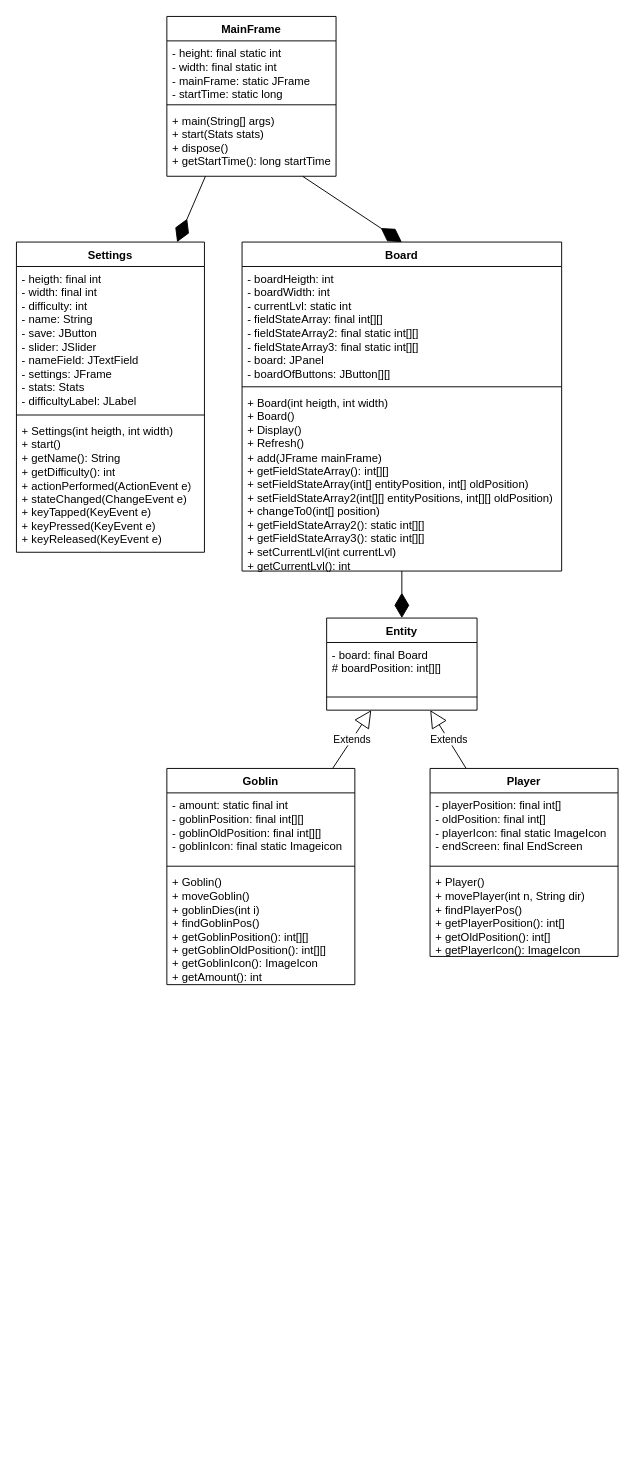
jacob-w4/Java-simple-game keeps this draw.io diagram as Untitled Diagram.drawio. Above is the earlier version. Source tidied: cells renumbered, new cells numbered last; positions are measured from the earlier drawing's top-left corner, leaving out a move shared by most shapes. Both pictures are drawn from the tidied source at 94%, with x=0, y=0 at pixel (16, 16).
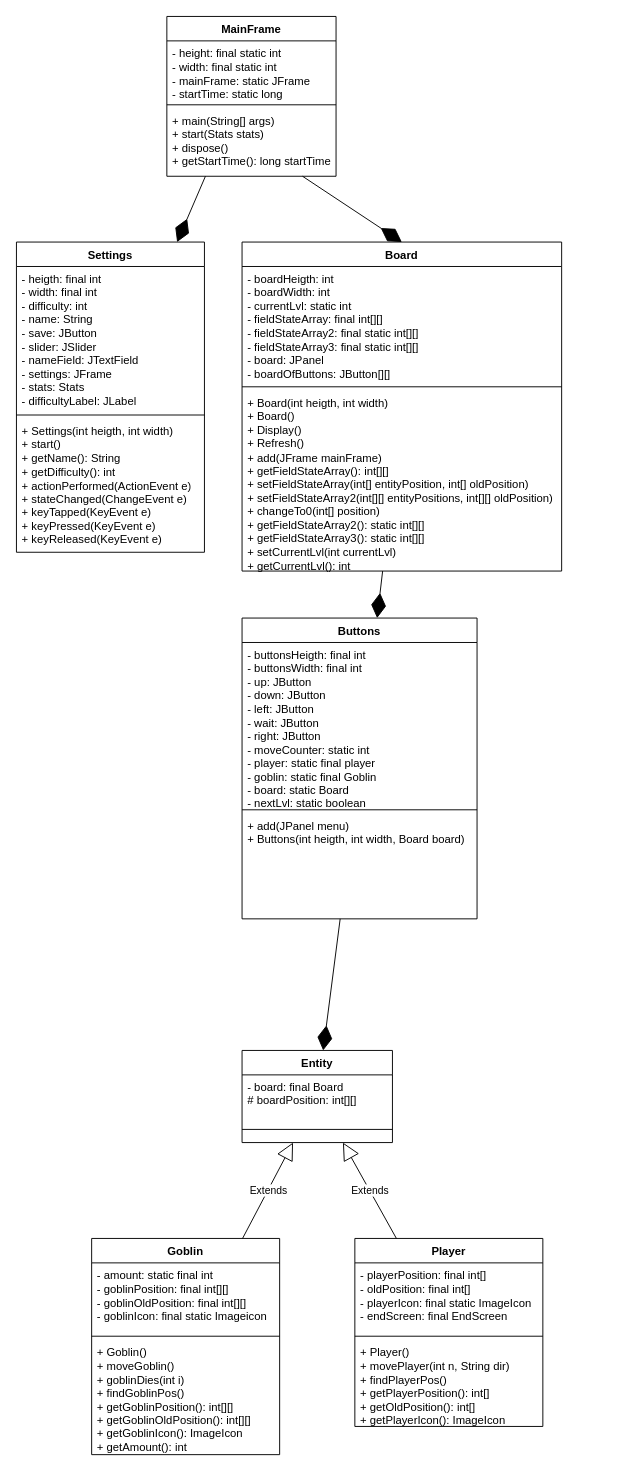
The same page after the edit.

The change refers to these unchanged cells:
```xml
<mxCell id="21" value="Board" style="swimlane;fontStyle=1;align=center;verticalAlign=top;horizontal=1;startSize=26;whiteSpace=wrap;html=1;" parent="1" vertex="1">
  <mxGeometry x="240" y="240" width="340" height="350" as="geometry" />
</mxCell>
<mxCell id="24" value="+&amp;nbsp;Board(int heigth, int width)&lt;br&gt;+ Board()&lt;br&gt;+ Display()&lt;br&gt;+ Refresh()&lt;br&gt;+ add(JFrame mainFrame)&lt;br&gt;+ getFieldStateArray(): int[][]&lt;br&gt;+ setFieldStateArray(int[] entityPosition, int[] oldPosition)&lt;br&gt;+ setFieldStateArray2(int[][] entityPositions, int[][] oldPosition)&lt;br&gt;+ changeTo0(int[] position)&lt;br&gt;+ getFieldStateArray2(): static int[][]&lt;br&gt;+ getFieldStateArray3(): static int[][]&lt;br&gt;+ setCurrentLvl(int currentLvl)&lt;br&gt;+ getCurrentLvl(): int" style="text;strokeColor=none;fillColor=none;align=left;verticalAlign=top;spacingLeft=4;spacingRight=4;overflow=hidden;points=[[0,0.5],[1,0.5]];portConstraint=eastwest;whiteSpace=wrap;html=1;" parent="21" vertex="1">
  <mxGeometry y="158" width="340" height="192" as="geometry" />
</mxCell>
```

What changed in the source:
```diff
@@
     <mxCell id="2" value="Entity" style="swimlane;fontStyle=1;align=center;verticalAlign=top;horizontal=1;startSize=26;whiteSpace=wrap;html=1;" parent="1" vertex="1">
-      <mxGeometry x="330" y="640" width="160" height="98" as="geometry" />
+      <mxGeometry x="240" y="1100" width="160" height="98" as="geometry" />
     </mxCell>
@@
     <mxCell id="5" value="Goblin" style="swimlane;fontStyle=1;align=center;verticalAlign=top;horizontal=1;startSize=26;whiteSpace=wrap;html=1;" parent="1" vertex="1">
-      <mxGeometry x="160" y="800" width="200" height="230" as="geometry" />
+      <mxGeometry x="80" y="1300" width="200" height="230" as="geometry" />
     </mxCell>
@@
     <mxCell id="9" value="Player" style="swimlane;fontStyle=1;align=center;verticalAlign=top;horizontal=1;startSize=26;whiteSpace=wrap;html=1;" parent="1" vertex="1">
-      <mxGeometry x="440" y="800" width="200" height="200" as="geometry" />
+      <mxGeometry x="360" y="1300" width="200" height="200" as="geometry" />
     </mxCell>
@@
-    <mxCell id="27" style="endArrow=diamondThin;endFill=1;endSize=24;html=1;rounded=0;" parent="1" edge="1" source="24" target="2">
+    <mxCell id="27" style="endArrow=diamondThin;endFill=1;endSize=24;html=1;rounded=0;" parent="1" edge="1" source="30" target="2">
       <mxGeometry relative="1" as="geometry" />
     </mxCell>
@@
+    <mxCell id="30" value="Buttons" style="swimlane;fontStyle=1;align=center;verticalAlign=top;horizontal=1;startSize=26;whiteSpace=wrap;html=1;" parent="1" vertex="1">
+      <mxGeometry x="240" y="640" width="250" height="320" as="geometry" />
+    </mxCell>
+    <mxCell id="31" value="- buttonsHeigth: final int&lt;br&gt;- buttonsWidth: final int&lt;br&gt;- up: JButton&lt;br&gt;- down: JButton&lt;br&gt;- left: JButton&lt;br&gt;- wait: JButton&lt;br&gt;- right: JButton&lt;br&gt;- moveCounter: static int&lt;br&gt;- player: static final player&lt;br&gt;- goblin: static final Goblin&lt;br&gt;- board: static Board&lt;br&gt;- nextLvl: static boolean" style="text;strokeColor=none;fillColor=none;align=left;verticalAlign=top;spacingLeft=4;spacingRight=4;overflow=hidden;whiteSpace=wrap;html=1;" parent="30" vertex="1">
+      <mxGeometry y="26" width="250" height="174" as="geometry" />
+    </mxCell>
+    <mxCell id="32" style="line;strokeWidth=1;fillColor=none;align=left;verticalAlign=middle;spacingTop=-1;spacingLeft=3;spacingRight=3;labelPosition=right;strokeColor=inherit;" parent="30" vertex="1">
+      <mxGeometry y="200" width="250" height="8" as="geometry" />
+    </mxCell>
+    <mxCell id="33" value="+ add(JPanel menu)&lt;br&gt;+ Buttons(int heigth, int width, Board board)" style="text;strokeColor=none;fillColor=none;align=left;verticalAlign=top;spacingLeft=4;spacingRight=4;overflow=hidden;whiteSpace=wrap;html=1;" parent="30" vertex="1">
+      <mxGeometry y="208" width="250" height="112" as="geometry" />
+    </mxCell>
+    <mxCell id="34" style="endArrow=diamondThin;endFill=1;endSize=24;html=1;rounded=0;" parent="1" edge="1" source="21" target="30">
+      <mxGeometry relative="1" as="geometry" />
+    </mxCell>
```
